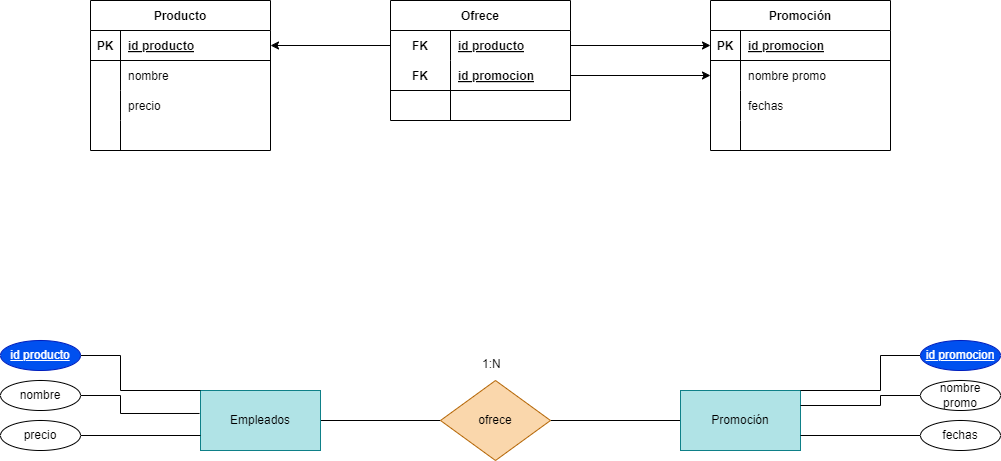
This is Tareas/Unidad2/ejercicio2.13.drawio.png from WhiteCascade/BAE, a draw.io export, as it was before one commit. Source tidied: cells renumbered, new cells last; positions are measured from the earlier drawing's top-left corner, leaving out a move shared by most shapes.
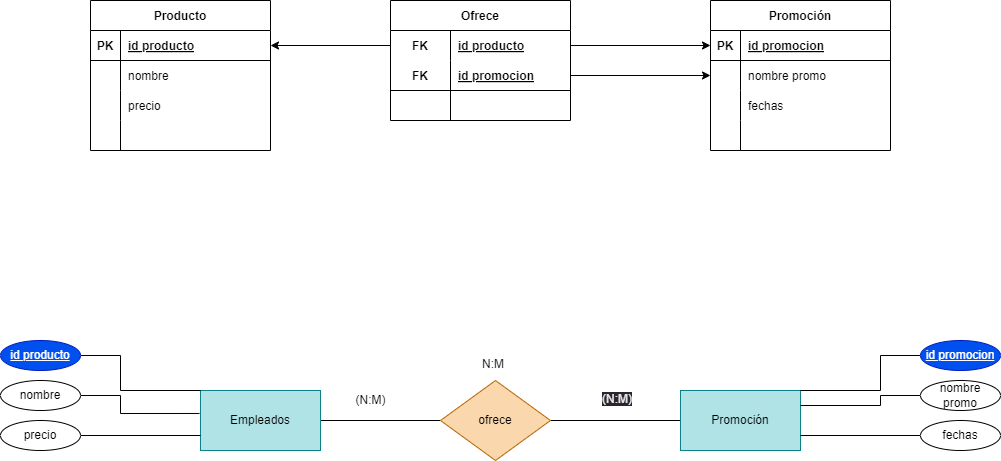
Later version of the same file.

Change to the diagram source:
```diff
@@ -190,8 +190,14 @@
     <mxCell id="57" value="&lt;span style=&quot;text-align: left;&quot;&gt;&lt;u&gt;id promocion&lt;/u&gt;&lt;/span&gt;" style="ellipse;whiteSpace=wrap;html=1;fillColor=#0050ef;fontColor=#ffffff;strokeColor=#001DBC;" parent="1" vertex="1">
       <mxGeometry x="920" y="340" width="80" height="30" as="geometry" />
     </mxCell>
-    <mxCell id="58" value="1:N" style="text;whiteSpace=wrap;html=1;" parent="1" vertex="1">
+    <mxCell id="58" value="N:M" style="text;whiteSpace=wrap;html=1;" parent="1" vertex="1">
       <mxGeometry x="480" y="350" width="50" height="40" as="geometry" />
     </mxCell>
+    <mxCell id="59" value="(N:M)" style="text;html=1;align=center;verticalAlign=middle;strokeColor=none;fillColor=none;" parent="1" vertex="1">
+      <mxGeometry x="345" y="385" width="50" height="30" as="geometry" />
+    </mxCell>
+    <mxCell id="60" value="&lt;span style=&quot;color: rgb(240, 240, 240); font-family: Helvetica; font-size: 12px; font-style: normal; font-variant-ligatures: normal; font-variant-caps: normal; font-weight: 400; letter-spacing: normal; orphans: 2; text-align: center; text-indent: 0px; text-transform: none; widows: 2; word-spacing: 0px; -webkit-text-stroke-width: 0px; background-color: rgb(42, 37, 47); text-decoration-thickness: initial; text-decoration-style: initial; text-decoration-color: initial; float: none; display: inline !important;&quot;&gt;(N:M)&lt;/span&gt;" style="text;whiteSpace=wrap;html=1;" parent="1" vertex="1">
+      <mxGeometry x="600" y="385" width="60" height="40" as="geometry" />
+    </mxCell>
   </root>
 </mxGraphModel>
```
